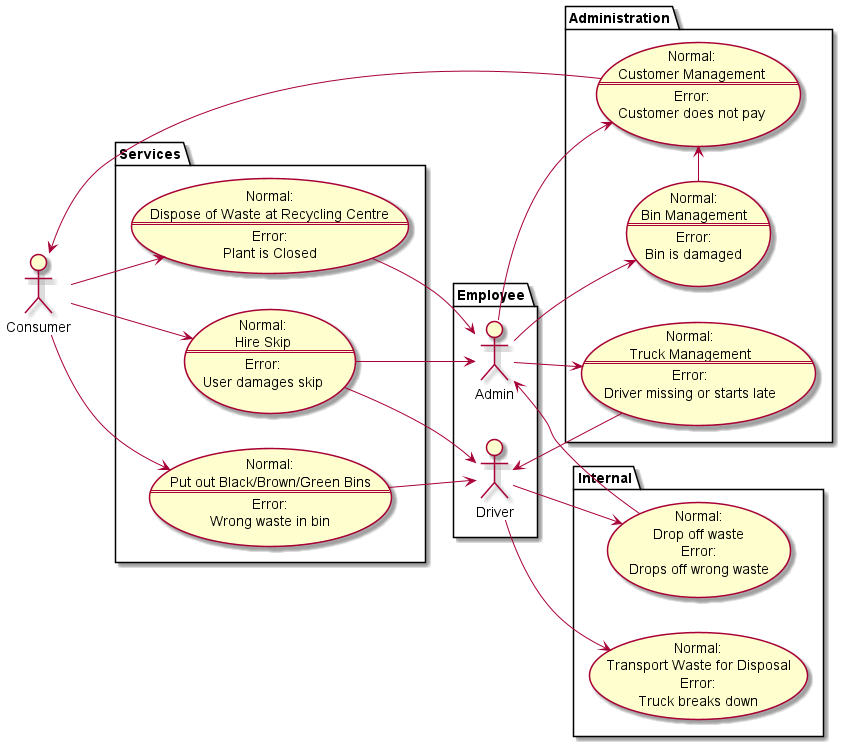
This is UML.png from tedski999/CSU22041-InformationManagement-Group8, a PlantUML export, as it was before one commit.
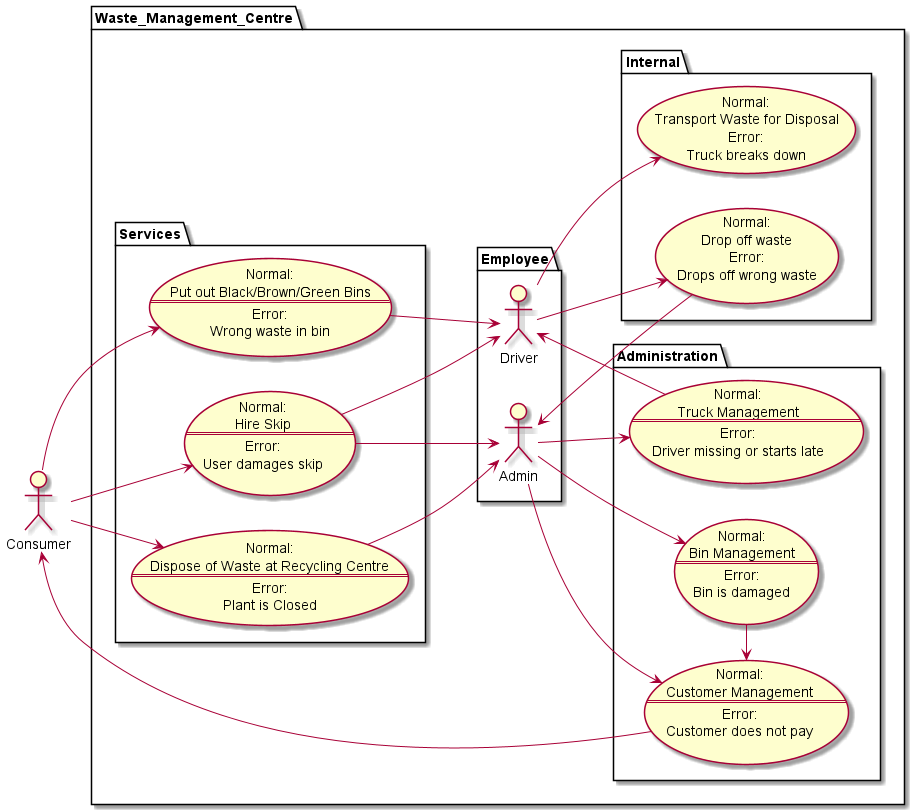
The same file after the commit.

Commit message:
New UML use case image

The edit, as a diff of the source:
```diff
@@ -3,70 +3,72 @@
 left to right direction
 actor Consumer as c
 
-package Employee {
-	actor Driver as d
-	actor Admin as a
-}
+package Waste_Management_Centre {
+	package Employee {
+		actor Driver as d
+		actor Admin as a
+	}
 
-package Services {
-	usecase centre as "
-			Normal:
-			Dispose of Waste at Recycling Centre
-			==
-			Error:
-			Plant is Closed"
+	package Services {
+		usecase centre as "
+				Normal:
+				Dispose of Waste at Recycling Centre
+				==
+				Error:
+				Plant is Closed"
 
-	usecase bins as "
-			Normal:
-			Put out Black/Brown/Green Bins
-			==
-			Error:
-			Wrong waste in bin"
+		usecase bins as "
+				Normal:
+				Put out Black/Brown/Green Bins
+				==
+				Error:
+				Wrong waste in bin"
 
-	usecase skip as "
-			Normal:
-			Hire Skip
-			==
-			Error:
-			User damages skip"
-}
+		usecase skip as "
+				Normal:
+				Hire Skip
+				==
+				Error:
+				User damages skip"
+	}
 
-package Internal {
-    usecase transport as "
-            Normal:
-            Transport Waste for Disposal
-            Error:
-            Truck breaks down"
+	package Internal {
+		usecase transport as "
+				Normal:
+				Transport Waste for Disposal
+				Error:
+				Truck breaks down"
 
-    usecase dropoff as "
-            Normal:
-            Drop off waste
-            Error:
-            Drops off wrong waste"
-}
+		usecase dropoff as "
+				Normal:
+				Drop off waste
+				Error:
+				Drops off wrong waste"
+	}
 
-package Administration {
+	package Administration {
 
-    usecase truckmanage as "
-			Normal:
-   			Truck Management
-			==
-			Error:
-    		Driver missing or starts late"
+		usecase truckmanage as "
+				Normal:
+				Truck Management
+				==
+				Error:
+				Driver missing or starts late"
 
-    usecase customermanage as "
-			Normal:
-   			Customer Management
-			==
-			Error:
-    		Customer does not pay"
+		usecase customermanage as "
+				Normal:
+				Customer Management
+				==
+				Error:
+				Customer does not pay"
 
-    usecase binmanage as "
-			Normal:
-   			Bin Management
-			==
-			Error:
-    		Bin is damaged"
+		usecase binmanage as "
+				Normal:
+				Bin Management
+				==
+				Error:
+				Bin is damaged"
+	}
 }
 
 c --> centre
```
